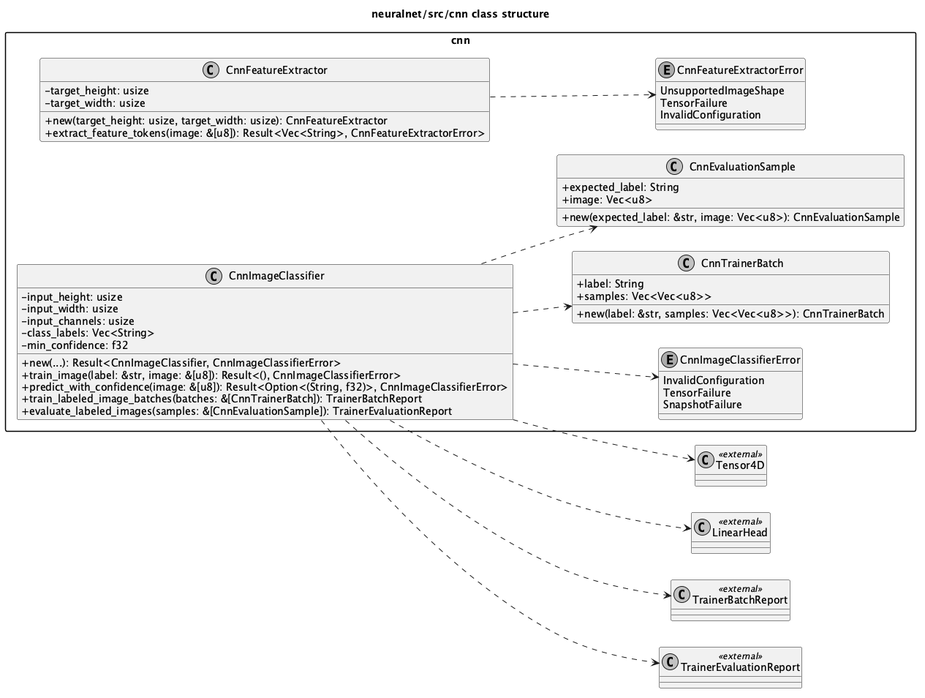
Before: library/neuralnet/src/cnn/architecture.png, a diagram exported from PlantUML (samcolak/neuron).
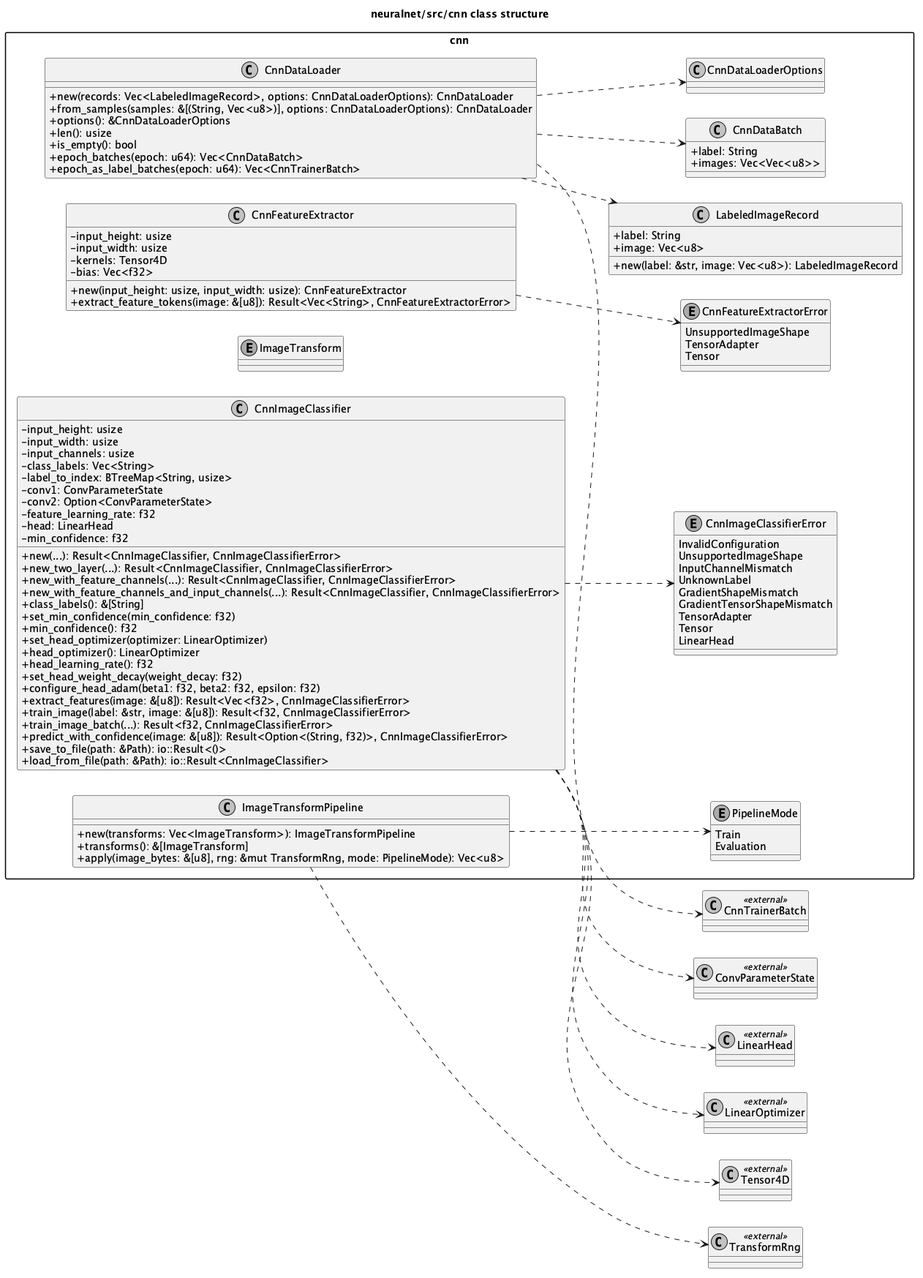
After the change.

What changed in the source:
```diff
@@ -10,14 +10,20 @@
 package "cnn" {
   enum CnnImageClassifierError {
     InvalidConfiguration
-    TensorFailure
-    SnapshotFailure
+    UnsupportedImageShape
+    InputChannelMismatch
+    UnknownLabel
+    GradientShapeMismatch
+    GradientTensorShapeMismatch
+    TensorAdapter
+    Tensor
+    LinearHead
   }
 
   enum CnnFeatureExtractorError {
     UnsupportedImageShape
-    TensorFailure
-    InvalidConfiguration
+    TensorAdapter
+    Tensor
   }
 
   class CnnImageClassifier {
@@ -25,46 +31,96 @@
     - input_width: usize
     - input_channels: usize
     - class_labels: Vec<String>
+    - label_to_index: BTreeMap<String, usize>
+    - conv1: ConvParameterState
+    - conv2: Option<ConvParameterState>
+    - feature_learning_rate: f32
+    - head: LinearHead
     - min_confidence: f32
     + new(...): Result<CnnImageClassifier, CnnImageClassifierError>
-    + train_image(label: &str, image: &[u8]): Result<(), CnnImageClassifierError>
+    + new_two_layer(...): Result<CnnImageClassifier, CnnImageClassifierError>
+    + new_with_feature_channels(...): Result<CnnImageClassifier, CnnImageClassifierError>
+    + new_with_feature_channels_and_input_channels(...): Result<CnnImageClassifier, CnnImageClassifierError>
+    + class_labels(): &[String]
+    + set_min_confidence(min_confidence: f32)
+    + min_confidence(): f32
+    + set_head_optimizer(optimizer: LinearOptimizer)
+    + head_optimizer(): LinearOptimizer
+    + head_learning_rate(): f32
+    + set_head_weight_decay(weight_decay: f32)
+    + configure_head_adam(beta1: f32, beta2: f32, epsilon: f32)
+    + extract_features(image: &[u8]): Result<Vec<f32>, CnnImageClassifierError>
+    + train_image(label: &str, image: &[u8]): Result<f32, CnnImageClassifierError>
+    + train_image_batch(...): Result<f32, CnnImageClassifierError>
     + predict_with_confidence(image: &[u8]): Result<Option<(String, f32)>, CnnImageClassifierError>
-    + train_labeled_image_batches(batches: &[CnnTrainerBatch]): TrainerBatchReport
-    + evaluate_labeled_images(samples: &[CnnEvaluationSample]): TrainerEvaluationReport
+    + save_to_file(path: &Path): io::Result<()>
+    + load_from_file(path: &Path): io::Result<CnnImageClassifier>
   }
 
   class CnnFeatureExtractor {
-    - target_height: usize
-    - target_width: usize
-    + new(target_height: usize, target_width: usize): CnnFeatureExtractor
+    - input_height: usize
+    - input_width: usize
+    - kernels: Tensor4D
+    - bias: Vec<f32>
+    + new(input_height: usize, input_width: usize): CnnFeatureExtractor
     + extract_feature_tokens(image: &[u8]): Result<Vec<String>, CnnFeatureExtractorError>
   }
 
-  class CnnTrainerBatch {
-    + label: String
-    + samples: Vec<Vec<u8>>
-    + new(label: &str, samples: Vec<Vec<u8>>): CnnTrainerBatch
+  enum PipelineMode {
+    Train
+    Evaluation
   }
 
-  class CnnEvaluationSample {
-    + expected_label: String
+  enum ImageTransform
+
+  class ImageTransformPipeline {
+    + new(transforms: Vec<ImageTransform>): ImageTransformPipeline
+    + transforms(): &[ImageTransform]
+    + apply(image_bytes: &[u8], rng: &mut TransformRng, mode: PipelineMode): Vec<u8>
+  }
+
+  class LabeledImageRecord {
+    + label: String
     + image: Vec<u8>
-    + new(expected_label: &str, image: Vec<u8>): CnnEvaluationSample
+    + new(label: &str, image: Vec<u8>): LabeledImageRecord
+  }
+
+  class CnnDataBatch {
+    + label: String
+    + images: Vec<Vec<u8>>
+  }
+
+  class CnnDataLoaderOptions
+
+  class CnnDataLoader {
+    + new(records: Vec<LabeledImageRecord>, options: CnnDataLoaderOptions): CnnDataLoader
+    + from_samples(samples: &[(String, Vec<u8>)], options: CnnDataLoaderOptions): CnnDataLoader
+    + options(): &CnnDataLoaderOptions
+    + len(): usize
+    + is_empty(): bool
+    + epoch_batches(epoch: u64): Vec<CnnDataBatch>
+    + epoch_as_label_batches(epoch: u64): Vec<CnnTrainerBatch>
   }
 }
 
 class Tensor4D <<external>>
+class ConvParameterState <<external>>
 class LinearHead <<external>>
-class TrainerBatchReport <<external>>
-class TrainerEvaluationReport <<external>>
+class LinearOptimizer <<external>>
+class TransformRng <<external>>
+class CnnTrainerBatch <<external>>
 
 CnnImageClassifier ..> CnnImageClassifierError
 CnnFeatureExtractor ..> CnnFeatureExtractorError
 
 CnnImageClassifier ..> Tensor4D
+CnnImageClassifier ..> ConvParameterState
 CnnImageClassifier ..> LinearHead
-CnnImageClassifier ..> CnnTrainerBatch
-CnnImageClassifier ..> CnnEvaluationSample
-CnnImageClassifier ..> TrainerBatchReport
-CnnImageClassifier ..> TrainerEvaluationReport
+CnnImageClassifier ..> LinearOptimizer
+ImageTransformPipeline ..> PipelineMode
+ImageTransformPipeline ..> TransformRng
+CnnDataLoader ..> LabeledImageRecord
+CnnDataLoader ..> CnnDataLoaderOptions
+CnnDataLoader ..> CnnDataBatch
+CnnDataLoader ..> CnnTrainerBatch
 @enduml
```
